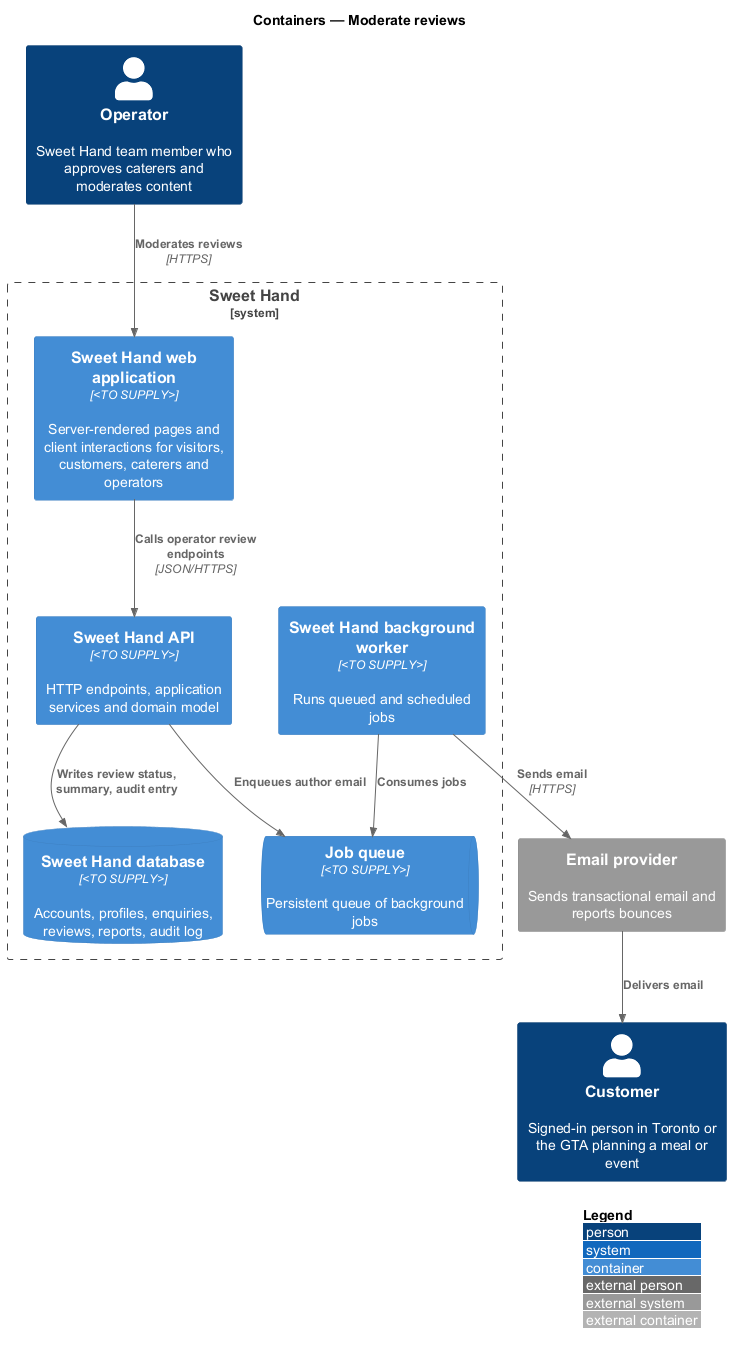
This is docs/detailed-designs/moderation/moderate-reviews/diagrams/c4-container.png from QuinntyneBrown/sweet-hand, a PlantUML export, as it was before one commit. Its diagram source:
```plantuml
@startuml
!include <C4/C4_Container>
LAYOUT_WITH_LEGEND()
title Containers — Moderate reviews

Person(operator, "Operator", "Sweet Hand team member who approves caterers and moderates content")
Person(customer, "Customer", "Signed-in person in Toronto or the GTA planning a meal or event")
System_Boundary(sweethand, "Sweet Hand") {
  Container(web, "Sweet Hand web application", "<TO SUPPLY>", "Server-rendered pages and client interactions for visitors, customers, caterers and operators")
  Container(api, "Sweet Hand API", "<TO SUPPLY>", "HTTP endpoints, application services and domain model")
  Container(worker, "Sweet Hand background worker", "<TO SUPPLY>", "Runs queued and scheduled jobs")
  ContainerDb(db, "Sweet Hand database", "<TO SUPPLY>", "Accounts, profiles, enquiries, reviews, reports, audit log")
  ContainerQueue(queue, "Job queue", "<TO SUPPLY>", "Persistent queue of background jobs")
}
System_Ext(email, "Email provider", "Sends transactional email and reports bounces")

Rel(operator, web, "Moderates reviews", "HTTPS")
Rel(web, api, "Calls operator review endpoints", "JSON/HTTPS")
Rel(api, db, "Writes review status, summary, audit entry")
Rel(api, queue, "Enqueues author email")
Rel(worker, queue, "Consumes jobs")
Rel(worker, email, "Sends email", "HTTPS")
Rel(email, customer, "Delivers email")
@enduml
```
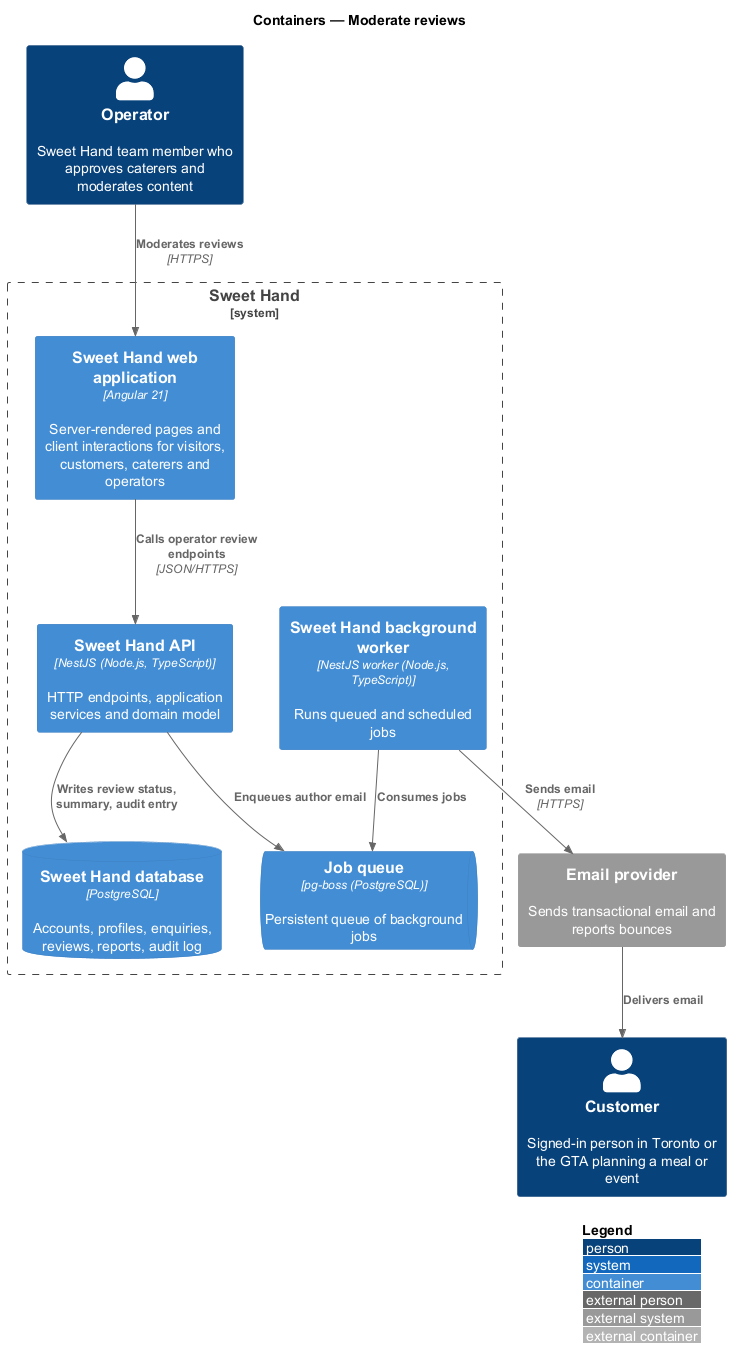
Later version of the same file.

The edit, as a diff of the source:
```diff
@@ -6,11 +6,11 @@
 Person(operator, "Operator", "Sweet Hand team member who approves caterers and moderates content")
 Person(customer, "Customer", "Signed-in person in Toronto or the GTA planning a meal or event")
 System_Boundary(sweethand, "Sweet Hand") {
-  Container(web, "Sweet Hand web application", "<TO SUPPLY>", "Server-rendered pages and client interactions for visitors, customers, caterers and operators")
-  Container(api, "Sweet Hand API", "<TO SUPPLY>", "HTTP endpoints, application services and domain model")
-  Container(worker, "Sweet Hand background worker", "<TO SUPPLY>", "Runs queued and scheduled jobs")
-  ContainerDb(db, "Sweet Hand database", "<TO SUPPLY>", "Accounts, profiles, enquiries, reviews, reports, audit log")
-  ContainerQueue(queue, "Job queue", "<TO SUPPLY>", "Persistent queue of background jobs")
+  Container(web, "Sweet Hand web application", "Angular 21", "Server-rendered pages and client interactions for visitors, customers, caterers and operators")
+  Container(api, "Sweet Hand API", "NestJS (Node.js, TypeScript)", "HTTP endpoints, application services and domain model")
+  Container(worker, "Sweet Hand background worker", "NestJS worker (Node.js, TypeScript)", "Runs queued and scheduled jobs")
+  ContainerDb(db, "Sweet Hand database", "PostgreSQL", "Accounts, profiles, enquiries, reviews, reports, audit log")
+  ContainerQueue(queue, "Job queue", "pg-boss (PostgreSQL)", "Persistent queue of background jobs")
 }
 System_Ext(email, "Email provider", "Sends transactional email and reports bounces")
 
```
